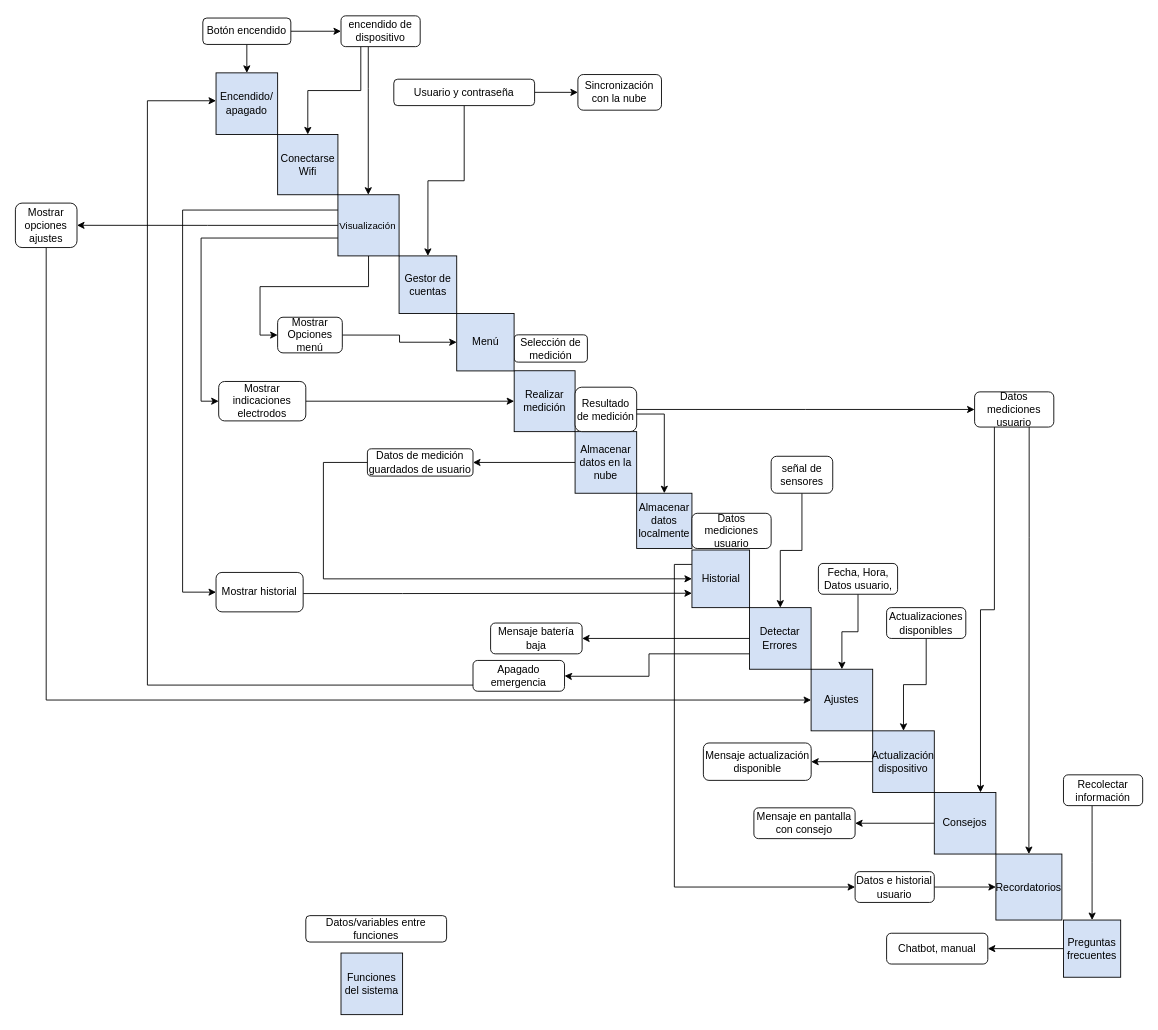
This is segunda_fase/Arquitecturas de software/Diagrama de InterfacesN2Chart.drawio from Angeloib98/BIATRONIC, a draw.io file, before an edit. Source tidied: cells renumbered, new cells numbered last; positions are measured from the earlier drawing's top-left corner, leaving out a move shared by most shapes. Both pictures are drawn from the tidied source at 88%, with x=0, y=0 at pixel (15, 16).
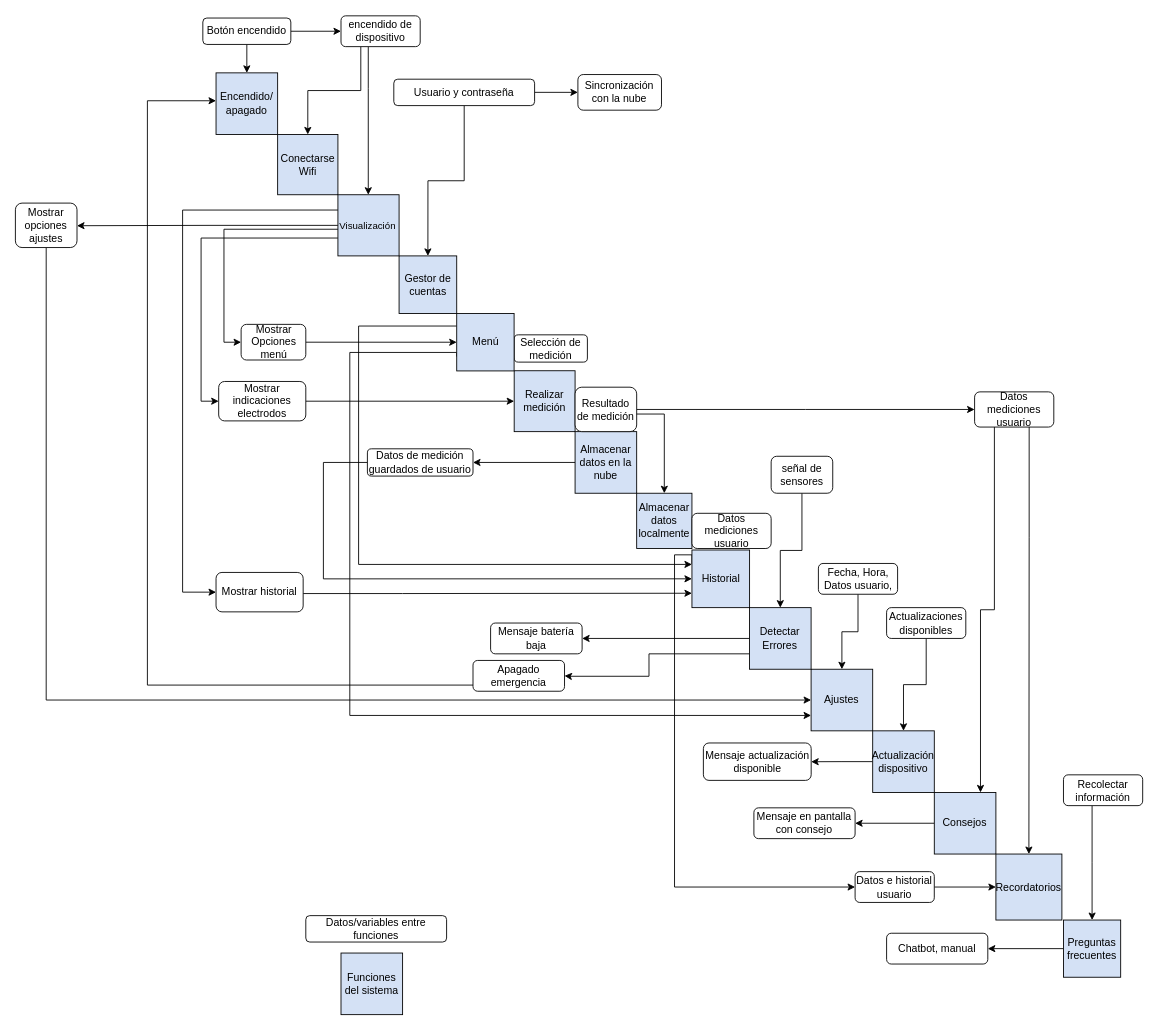
The same diagram, later.

Unchanged cells that the change refers to:
```xml
<mxCell id="4" value="Ajustes" style="whiteSpace=wrap;html=1;fillColor=#D4E1F5;" parent="1" vertex="1">
  <mxGeometry x="904.2" y="742" width="70" height="70" as="geometry" />
</mxCell>
<mxCell id="35" value="Datos e historial usuario" style="rounded=1;whiteSpace=wrap;html=1;" parent="1" vertex="1">
  <mxGeometry x="954.2" y="972" width="90" height="35" as="geometry" />
</mxCell>
<mxCell id="45" value="Menú" style="whiteSpace=wrap;html=1;fillColor=#D4E1F5;" parent="1" vertex="1">
  <mxGeometry x="501.5" y="337.8" width="65.2" height="65.2" as="geometry" />
</mxCell>
<mxCell id="54" value="Historial" style="whiteSpace=wrap;html=1;fillColor=#D4E1F5;" parent="1" vertex="1">
  <mxGeometry x="768.8" y="606.5" width="65.5" height="65.5" as="geometry" />
</mxCell>
<mxCell id="61" value="&lt;font style=&quot;font-size: 11px&quot;&gt;Visualización&amp;nbsp;&lt;/font&gt;" style="whiteSpace=wrap;html=1;fillColor=#D4E1F5;" parent="1" vertex="1">
  <mxGeometry x="366.5" y="202.8" width="69.5" height="69.5" as="geometry" />
</mxCell>
<mxCell id="63" value="Mostrar opciones ajustes" style="rounded=1;whiteSpace=wrap;html=1;" parent="1" vertex="1">
  <mxGeometry y="212.3" width="70" height="50.5" as="geometry" />
</mxCell>
```

Change to the diagram source:
```diff
@@
+    <mxCell id="74" style="edgeStyle=orthogonalEdgeStyle;rounded=0;jettySize=auto;html=1;entryX=0;entryY=0.25;entryDx=0;entryDy=0;fontSize=11;" parent="1" edge="1" source="45" target="54">
+      <mxGeometry relative="1" as="geometry">
+        <Array as="points">
+          <mxPoint x="390" y="352" />
+          <mxPoint x="390" y="623" />
+        </Array>
+      </mxGeometry>
+    </mxCell>
+    <mxCell id="75" style="edgeStyle=orthogonalEdgeStyle;rounded=0;jettySize=auto;html=1;exitX=0;exitY=0.75;exitDx=0;exitDy=0;entryX=0;entryY=0.75;entryDx=0;entryDy=0;fontSize=11;" parent="1" edge="1" source="45" target="4">
+      <mxGeometry relative="1" as="geometry">
+        <Array as="points">
+          <mxPoint x="502" y="382" />
+          <mxPoint x="380" y="382" />
+          <mxPoint x="380" y="795" />
+        </Array>
+      </mxGeometry>
+    </mxCell>
@@
     <mxCell id="52" value="Mostrar Opciones menú" style="rounded=1;whiteSpace=wrap;html=1;" parent="1" vertex="1">
-      <mxGeometry x="298" y="342" width="73.5" height="40.5" as="geometry" />
+      <mxGeometry x="256.5" y="350.1" width="73.5" height="40.5" as="geometry" />
     </mxCell>
     <mxCell id="53" style="edgeStyle=orthogonalEdgeStyle;rounded=0;jettySize=auto;html=1;exitX=0;exitY=0.25;exitDx=0;exitDy=0;entryX=0;entryY=0.5;entryDx=0;entryDy=0;fontSize=11;" parent="1" edge="1" source="54" target="35">
-      <mxGeometry relative="1" as="geometry" />
+      <mxGeometry relative="1" as="geometry">
+        <Array as="points">
+          <mxPoint x="769" y="612" />
+          <mxPoint x="749" y="612" />
+          <mxPoint x="749" y="990" />
+        </Array>
+      </mxGeometry>
     </mxCell>
@@
     <mxCell id="58" style="edgeStyle=orthogonalEdgeStyle;rounded=0;jettySize=auto;html=1;entryX=0;entryY=0.5;entryDx=0;entryDy=0;fontSize=11;" parent="1" edge="1" source="61" target="52">
-      <mxGeometry relative="1" as="geometry" />
+      <mxGeometry relative="1" as="geometry">
+        <Array as="points">
+          <mxPoint x="237" y="242" />
+          <mxPoint x="237" y="370" />
+        </Array>
+      </mxGeometry>
     </mxCell>
-    <mxCell id="59" style="edgeStyle=orthogonalEdgeStyle;rounded=0;jettySize=auto;html=1;entryX=1;entryY=0.5;entryDx=0;entryDy=0;fontSize=11;" parent="1" edge="1" source="61" target="63">
-      <mxGeometry relative="1" as="geometry" />
+    <mxCell id="59" style="edgeStyle=orthogonalEdgeStyle;rounded=0;jettySize=auto;html=1;fontSize=11;" parent="1" edge="1" source="61">
+      <mxGeometry relative="1" as="geometry">
+        <mxPoint x="70" y="238" as="targetPoint" />
+        <Array as="points">
+          <mxPoint x="220" y="238" />
+          <mxPoint x="220" y="238" />
+        </Array>
+      </mxGeometry>
     </mxCell>
```
